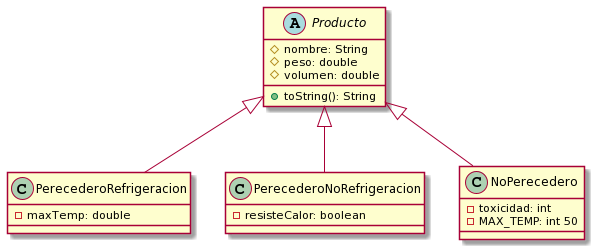
zejiran/object-oriented-design-and-programming keeps this PlantUML diagram as Taller2_Contenedores/docs/class_diagrams/producto.png. Above is the earlier version.
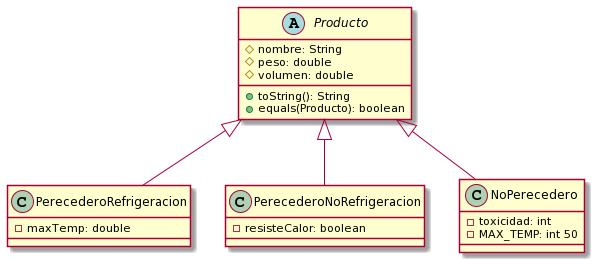
The same diagram one commit later.

Commit message:
Feat: add equals() to diagram

The edit, as a diff of the source:
```diff
@@ -4,6 +4,7 @@
  # peso: double
  # volumen: double
  +toString(): String
+ +equals(Producto): boolean
 }
 
 class PerecederoRefrigeracion {
```
